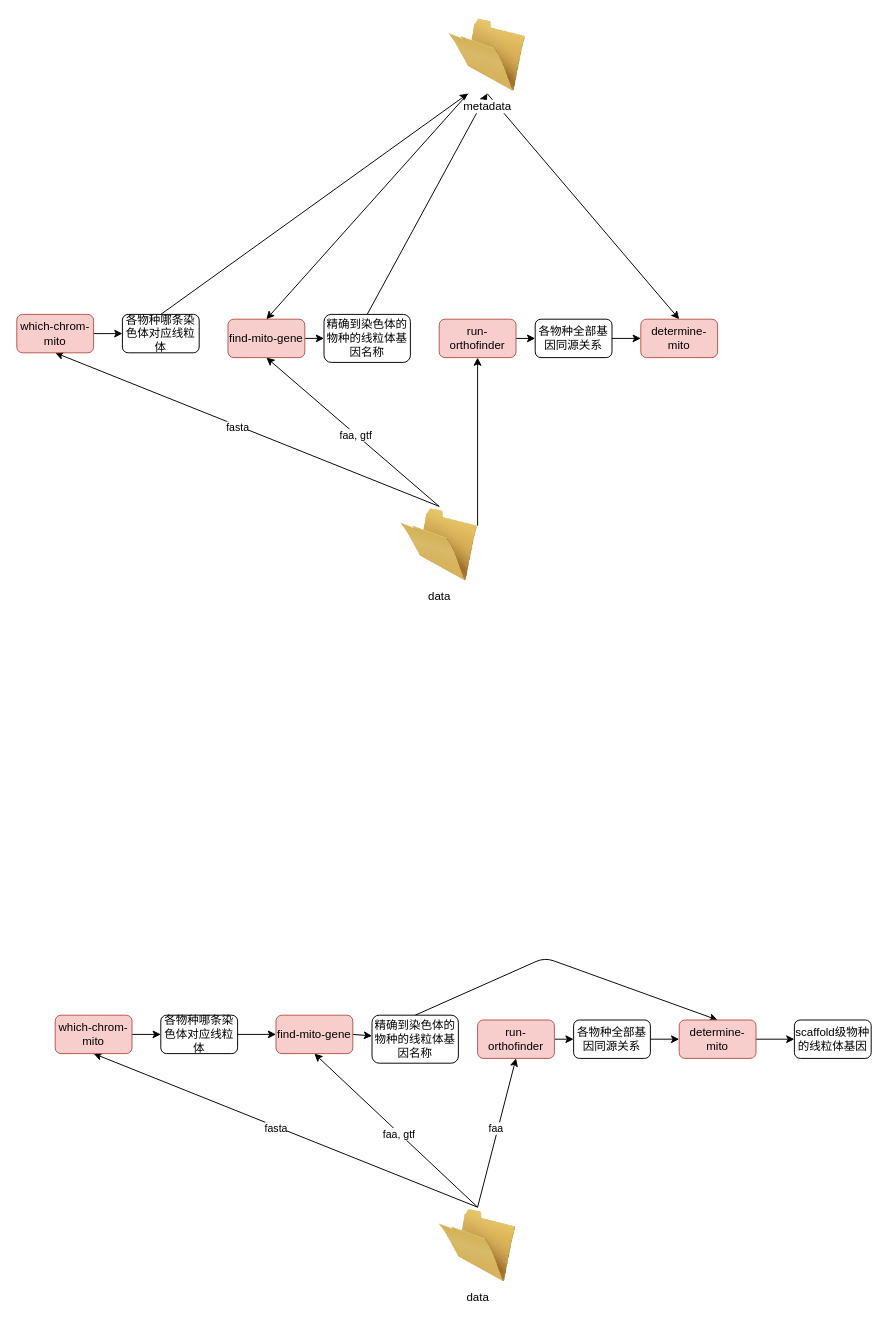
Earlier version of the draw.io diagram .structure/structure.drawio (zliu90693/check-scaffold-mito). Source tidied: cells renumbered, new cells numbered last; positions are measured from the earlier drawing's top-left corner, leaving out a move shared by most shapes. Both pictures are drawn from the tidied source at 96%, with x=0, y=0 at pixel (16, 16).
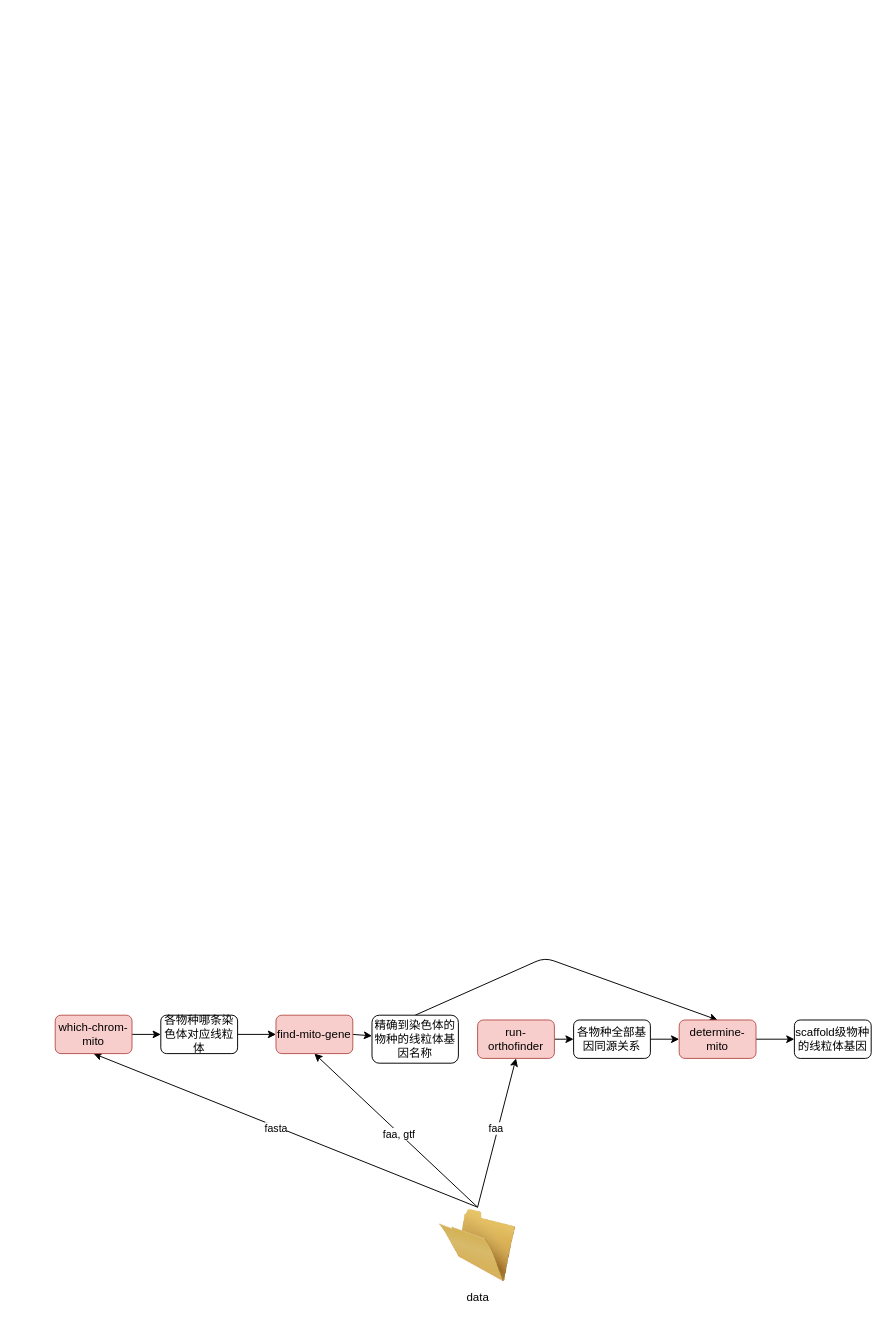
The same diagram, later.

Commit message (it also covers changes not shown here):
after which-chrome-mito 3

The edit, as a diff of the source:
```diff
@@
-    <mxCell id="2" style="edgeStyle=none;html=1;exitX=0.5;exitY=0;exitDx=0;exitDy=0;entryX=0.5;entryY=1;entryDx=0;entryDy=0;" parent="1" edge="1" source="7" target="9">
-      <mxGeometry relative="1" as="geometry" />
-    </mxCell>
-    <mxCell id="3" value="fasta" style="edgeLabel;html=1;align=center;verticalAlign=middle;" parent="2" vertex="1">
-      <mxGeometry x="0.05" y="2" relative="1" as="geometry" />
-    </mxCell>
-    <mxCell id="4" style="edgeStyle=none;html=1;exitX=0.5;exitY=0;exitDx=0;exitDy=0;entryX=0.5;entryY=1;entryDx=0;entryDy=0;" parent="1" edge="1" source="7" target="13">
-      <mxGeometry relative="1" as="geometry" />
-    </mxCell>
-    <mxCell id="5" value="faa, gtf" style="edgeLabel;html=1;align=center;verticalAlign=middle;" parent="4" vertex="1">
-      <mxGeometry x="-0.03" y="1" relative="1" as="geometry" />
-    </mxCell>
-    <mxCell id="6" style="edgeStyle=none;html=1;exitX=1;exitY=0.25;exitDx=0;exitDy=0;entryX=0.5;entryY=1;entryDx=0;entryDy=0;" parent="1" edge="1" source="7" target="17">
-      <mxGeometry relative="1" as="geometry" />
-    </mxCell>
-    <mxCell id="7" value="data" style="image;html=1;image=img/lib/clip_art/general/Empty_Folder_128x128.png;" parent="1" vertex="1">
-      <mxGeometry x="400" y="510" width="80" height="80" as="geometry" />
-    </mxCell>
-    <mxCell id="8" style="edgeStyle=none;html=1;exitX=1;exitY=0.5;exitDx=0;exitDy=0;entryX=0;entryY=0.5;entryDx=0;entryDy=0;" parent="1" edge="1" source="9" target="11">
-      <mxGeometry relative="1" as="geometry" />
-    </mxCell>
-    <mxCell id="9" value="which-chrom-mito" style="rounded=1;whiteSpace=wrap;html=1;fillColor=#f8cecc;strokeColor=#b85450;" parent="1" vertex="1">
-      <mxGeometry y="310" width="80" height="40" as="geometry" />
-    </mxCell>
-    <mxCell id="10" style="edgeStyle=none;html=1;exitX=0.5;exitY=0;exitDx=0;exitDy=0;entryX=0.25;entryY=1;entryDx=0;entryDy=0;" parent="1" edge="1" source="11" target="22">
-      <mxGeometry relative="1" as="geometry" />
-    </mxCell>
-    <mxCell id="11" value="各物种哪条染色体对应线粒体" style="rounded=1;whiteSpace=wrap;html=1;" parent="1" vertex="1">
-      <mxGeometry x="110" y="310" width="80" height="40" as="geometry" />
-    </mxCell>
-    <mxCell id="12" style="edgeStyle=none;html=1;exitX=1;exitY=0.5;exitDx=0;exitDy=0;" parent="1" edge="1" source="13" target="15">
-      <mxGeometry relative="1" as="geometry" />
-    </mxCell>
-    <mxCell id="13" value="find-mito-gene" style="rounded=1;whiteSpace=wrap;html=1;fillColor=#f8cecc;strokeColor=#b85450;" parent="1" vertex="1">
-      <mxGeometry x="220" y="315" width="80" height="40" as="geometry" />
-    </mxCell>
-    <mxCell id="14" style="edgeStyle=none;html=1;exitX=0.5;exitY=0;exitDx=0;exitDy=0;entryX=0.5;entryY=1;entryDx=0;entryDy=0;" parent="1" edge="1" source="15" target="22">
-      <mxGeometry relative="1" as="geometry" />
-    </mxCell>
-    <mxCell id="15" value="精确到染色体的物种的线粒体基因名称" style="rounded=1;whiteSpace=wrap;html=1;" parent="1" vertex="1">
-      <mxGeometry x="320" y="310" width="90" height="50" as="geometry" />
-    </mxCell>
-    <mxCell id="16" style="edgeStyle=none;html=1;exitX=1;exitY=0.5;exitDx=0;exitDy=0;entryX=0;entryY=0.5;entryDx=0;entryDy=0;" parent="1" edge="1" source="17" target="19">
-      <mxGeometry relative="1" as="geometry" />
-    </mxCell>
-    <mxCell id="17" value="run-orthofinder" style="rounded=1;whiteSpace=wrap;html=1;fillColor=#f8cecc;strokeColor=#b85450;" parent="1" vertex="1">
-      <mxGeometry x="440" y="315" width="80" height="40" as="geometry" />
-    </mxCell>
-    <mxCell id="18" style="edgeStyle=none;html=1;exitX=1;exitY=0.5;exitDx=0;exitDy=0;entryX=0;entryY=0.5;entryDx=0;entryDy=0;" parent="1" edge="1" source="19" target="23">
-      <mxGeometry relative="1" as="geometry" />
-    </mxCell>
-    <mxCell id="19" value="各物种全部基因同源关系" style="rounded=1;whiteSpace=wrap;html=1;" parent="1" vertex="1">
-      <mxGeometry x="540" y="315" width="80" height="40" as="geometry" />
-    </mxCell>
-    <mxCell id="20" style="edgeStyle=none;html=1;exitX=0.25;exitY=1;exitDx=0;exitDy=0;entryX=0.5;entryY=0;entryDx=0;entryDy=0;" parent="1" edge="1" source="22" target="13">
-      <mxGeometry relative="1" as="geometry" />
-    </mxCell>
-    <mxCell id="21" style="edgeStyle=none;html=1;exitX=0.5;exitY=1;exitDx=0;exitDy=0;entryX=0.5;entryY=0;entryDx=0;entryDy=0;" parent="1" edge="1" source="22" target="23">
-      <mxGeometry relative="1" as="geometry" />
-    </mxCell>
-    <mxCell id="22" value="metadata" style="image;html=1;image=img/lib/clip_art/general/Empty_Folder_128x128.png;" parent="1" vertex="1">
-      <mxGeometry x="450" width="80" height="80" as="geometry" />
-    </mxCell>
-    <mxCell id="23" value="determine-mito" style="rounded=1;whiteSpace=wrap;html=1;fillColor=#f8cecc;strokeColor=#b85450;" parent="1" vertex="1">
-      <mxGeometry x="650" y="315" width="80" height="40" as="geometry" />
-    </mxCell>
```
